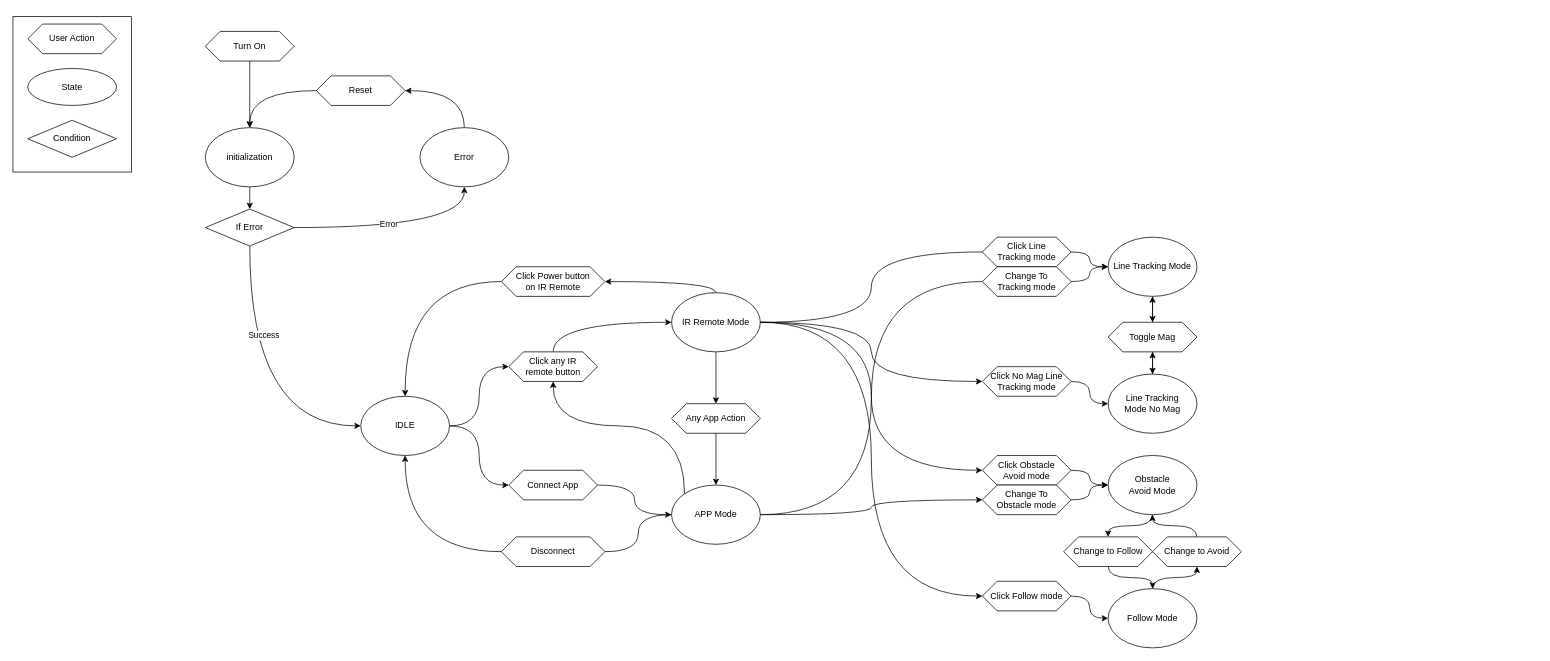
This is docs/main_diagram.drawio from sunfounder/zeus-car, a draw.io file, before an edit. Source tidied: cells renumbered, new cells numbered last; positions are measured from the earlier drawing's top-left corner, leaving out a move shared by most shapes. Both pictures are drawn from the tidied source at 74%, with x=0, y=0 at pixel (13, 16).
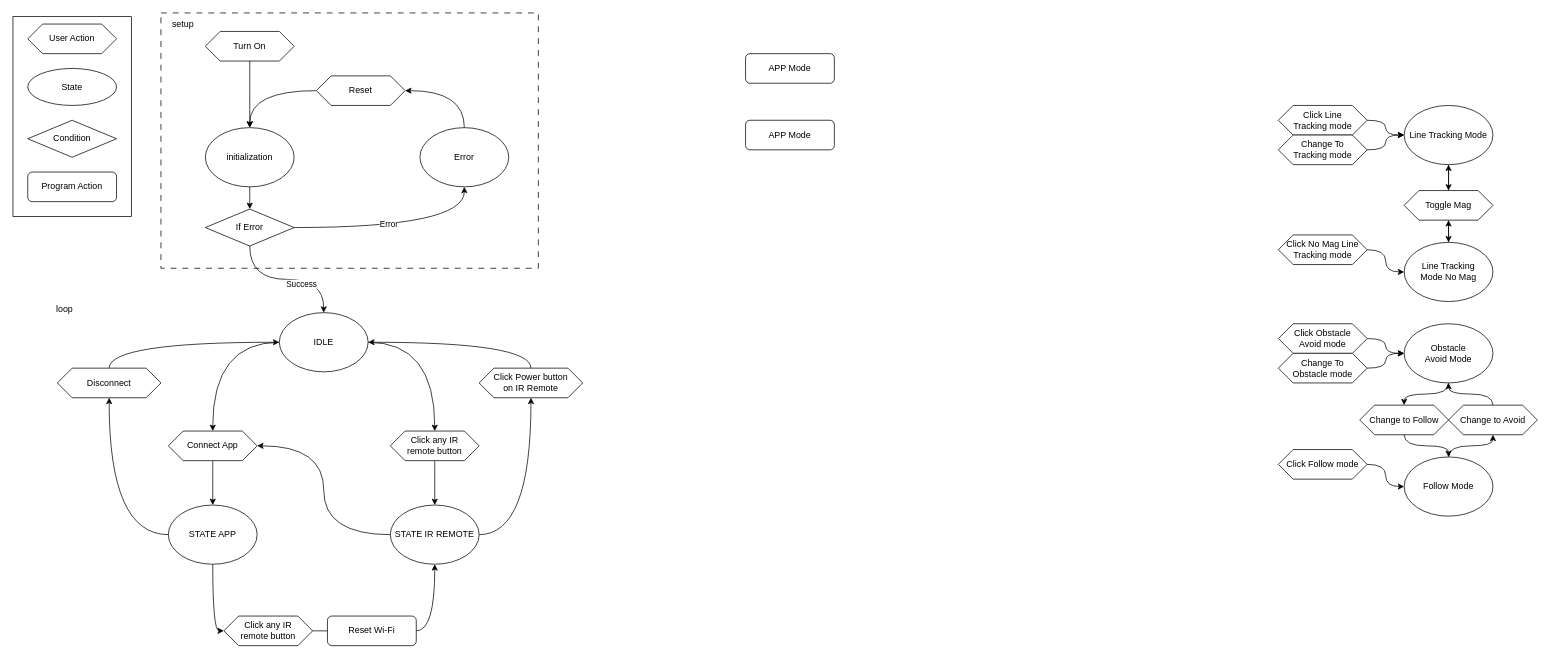
After the change.

The change refers to these unchanged cells:
```xml
<mxCell id="14" value="If Error" style="rhombus;whiteSpace=wrap;html=1;" parent="1" vertex="1">
  <mxGeometry x="260" y="260" width="120" height="50" as="geometry" />
</mxCell>
```

The edit, as a diff of the source:
```diff
@@
+    <mxCell id="71" style="rounded=0;whiteSpace=wrap;html=1;dashed=1;dashPattern=8 8;" parent="1" vertex="1">
+      <mxGeometry x="200" y="-5" width="510" height="345" as="geometry" />
+    </mxCell>
     <mxCell id="2" style="rounded=0;whiteSpace=wrap;html=1;" parent="1" vertex="1">
-      <mxGeometry width="160" height="210" as="geometry" />
+      <mxGeometry width="160" height="270" as="geometry" />
     </mxCell>
@@
-    <mxCell id="12" style="edgeStyle=orthogonalEdgeStyle;curved=1;html=1;entryX=0;entryY=0.5;entryDx=0;entryDy=0;exitX=0.5;exitY=1;exitDx=0;exitDy=0;" parent="1" edge="1" source="14" target="21">
-      <mxGeometry relative="1" as="geometry" />
+    <mxCell id="12" style="edgeStyle=orthogonalEdgeStyle;curved=1;html=1;entryX=0.5;entryY=0;entryDx=0;entryDy=0;exitX=0.5;exitY=1;exitDx=0;exitDy=0;startArrow=none;" parent="1" edge="1" source="21">
+      <mxGeometry relative="1" as="geometry">
+        <mxPoint x="419.6" y="480" as="targetPoint" />
+      </mxGeometry>
     </mxCell>
+    <mxCell id="72" style="edgeStyle=orthogonalEdgeStyle;curved=1;html=1;entryX=0.5;entryY=0;entryDx=0;entryDy=0;" parent="1" edge="1" source="14" target="21">
+      <mxGeometry relative="1" as="geometry" />
+    </mxCell>
-    <mxCell id="13" value="Success" style="edgeLabel;html=1;align=center;verticalAlign=middle;" parent="12" vertex="1">
-      <mxGeometry x="-0.39" y="18" relative="1" as="geometry" />
+    <mxCell id="13" value="Success" style="edgeLabel;html=1;align=center;verticalAlign=middle;" parent="72" vertex="1">
+      <mxGeometry x="0.2" y="-6" relative="1" as="geometry" />
     </mxCell>
@@
-    <mxCell id="19" style="edgeStyle=orthogonalEdgeStyle;curved=1;html=1;entryX=0;entryY=0.5;entryDx=0;entryDy=0;" parent="1" edge="1" source="21" target="23">
-      <mxGeometry relative="1" as="geometry" />
-    </mxCell>
-    <mxCell id="20" style="edgeStyle=orthogonalEdgeStyle;curved=1;html=1;entryX=0;entryY=0.5;entryDx=0;entryDy=0;" parent="1" edge="1" source="21" target="37">
-      <mxGeometry relative="1" as="geometry" />
-    </mxCell>
-    <mxCell id="21" value="IDLE" style="ellipse;whiteSpace=wrap;html=1;" parent="1" vertex="1">
-      <mxGeometry x="470" y="513" width="120" height="80" as="geometry" />
-    </mxCell>
-    <mxCell id="22" style="edgeStyle=orthogonalEdgeStyle;curved=1;html=1;exitX=0.5;exitY=0;exitDx=0;exitDy=0;entryX=0;entryY=0.5;entryDx=0;entryDy=0;" parent="1" edge="1" source="23" target="30">
+    <mxCell id="22" style="edgeStyle=orthogonalEdgeStyle;curved=1;html=1;" parent="1" edge="1" source="75" target="30">
       <mxGeometry relative="1" as="geometry" />
     </mxCell>
-    <mxCell id="23" value="Click any IR&lt;br&gt;remote button" style="shape=hexagon;perimeter=hexagonPerimeter2;whiteSpace=wrap;html=1;fixedSize=1;" parent="1" vertex="1">
-      <mxGeometry x="670" y="453" width="120" height="40" as="geometry" />
-    </mxCell>
-    <mxCell id="24" style="edgeStyle=orthogonalEdgeStyle;curved=1;html=1;" parent="1" edge="1" source="30" target="39">
-      <mxGeometry relative="1" as="geometry" />
-    </mxCell>
+    <mxCell id="26" style="edgeStyle=orthogonalEdgeStyle;curved=1;html=1;entryX=0;entryY=0.5;entryDx=0;entryDy=0;startArrow=none;" parent="1" edge="1" source="49" target="45">
+      <mxGeometry relative="1" as="geometry" />
+    </mxCell>
-    <mxCell id="25" style="edgeStyle=orthogonalEdgeStyle;curved=1;html=1;exitX=0.5;exitY=0;exitDx=0;exitDy=0;entryX=1;entryY=0.5;entryDx=0;entryDy=0;" parent="1" edge="1" source="30" target="41">
+    <mxCell id="25" style="edgeStyle=orthogonalEdgeStyle;curved=1;html=1;exitX=1;exitY=0.5;exitDx=0;exitDy=0;" parent="1" edge="1" source="30" target="41">
       <mxGeometry relative="1" as="geometry" />
     </mxCell>
-    <mxCell id="26" style="edgeStyle=orthogonalEdgeStyle;curved=1;html=1;entryX=0;entryY=0.5;entryDx=0;entryDy=0;startArrow=none;" parent="1" edge="1" source="49" target="45">
-      <mxGeometry relative="1" as="geometry" />
-    </mxCell>
-    <mxCell id="27" style="edgeStyle=orthogonalEdgeStyle;curved=1;html=1;entryX=0;entryY=0.5;entryDx=0;entryDy=0;" parent="1" edge="1" source="30" target="53">
-      <mxGeometry relative="1" as="geometry" />
-    </mxCell>
-    <mxCell id="28" style="edgeStyle=orthogonalEdgeStyle;curved=1;html=1;entryX=0;entryY=0.5;entryDx=0;entryDy=0;" parent="1" edge="1" source="30" target="61">
-      <mxGeometry relative="1" as="geometry" />
-    </mxCell>
-    <mxCell id="29" style="edgeStyle=orthogonalEdgeStyle;curved=1;html=1;entryX=0;entryY=0.5;entryDx=0;entryDy=0;" parent="1" edge="1" source="30" target="66">
-      <mxGeometry relative="1" as="geometry" />
-    </mxCell>
+    <mxCell id="73" style="edgeStyle=orthogonalEdgeStyle;curved=1;html=1;entryX=1;entryY=0.5;entryDx=0;entryDy=0;" parent="1" edge="1" source="30" target="37">
+      <mxGeometry relative="1" as="geometry" />
+    </mxCell>
-    <mxCell id="30" value="IR Remote Mode" style="ellipse;whiteSpace=wrap;html=1;" parent="1" vertex="1">
-      <mxGeometry x="890" y="373" width="120" height="80" as="geometry" />
+    <mxCell id="30" value="STATE IR REMOTE" style="ellipse;whiteSpace=wrap;html=1;" parent="1" vertex="1">
+      <mxGeometry x="510" y="660" width="120" height="80" as="geometry" />
     </mxCell>
-    <mxCell id="31" style="edgeStyle=orthogonalEdgeStyle;curved=1;html=1;entryX=0.5;entryY=1;entryDx=0;entryDy=0;exitX=0;exitY=0;exitDx=0;exitDy=0;" parent="1" edge="1" source="35" target="23">
-      <mxGeometry relative="1" as="geometry">
-        <Array as="points">
-          <mxPoint x="908" y="553" />
-          <mxPoint x="730" y="553" />
-        </Array>
-      </mxGeometry>
-    </mxCell>
-    <mxCell id="32" style="edgeStyle=orthogonalEdgeStyle;curved=1;html=1;startArrow=none;" parent="1" edge="1" source="43" target="21">
-      <mxGeometry relative="1" as="geometry" />
-    </mxCell>
@@
-    <mxCell id="34" style="edgeStyle=orthogonalEdgeStyle;curved=1;html=1;entryX=0;entryY=0.5;entryDx=0;entryDy=0;" parent="1" edge="1" source="35" target="62">
-      <mxGeometry relative="1" as="geometry" />
-    </mxCell>
+    <mxCell id="42" style="edgeStyle=orthogonalEdgeStyle;curved=1;html=1;exitX=0;exitY=0.5;exitDx=0;exitDy=0;" parent="1" edge="1" source="35" target="43">
+      <mxGeometry relative="1" as="geometry" />
+    </mxCell>
+    <mxCell id="74" style="edgeStyle=orthogonalEdgeStyle;curved=1;html=1;entryX=0;entryY=0.5;entryDx=0;entryDy=0;exitX=0.5;exitY=1;exitDx=0;exitDy=0;" parent="1" edge="1" source="35" target="79">
+      <mxGeometry relative="1" as="geometry" />
+    </mxCell>
-    <mxCell id="35" value="APP Mode" style="ellipse;whiteSpace=wrap;html=1;" parent="1" vertex="1">
-      <mxGeometry x="890" y="633" width="120" height="80" as="geometry" />
+    <mxCell id="35" value="STATE APP" style="ellipse;whiteSpace=wrap;html=1;" parent="1" vertex="1">
+      <mxGeometry x="210" y="660" width="120" height="80" as="geometry" />
     </mxCell>
-    <mxCell id="36" style="edgeStyle=orthogonalEdgeStyle;curved=1;html=1;entryX=0;entryY=0.5;entryDx=0;entryDy=0;" parent="1" edge="1" source="37" target="35">
+    <mxCell id="36" style="edgeStyle=orthogonalEdgeStyle;curved=1;html=1;entryX=0.5;entryY=0;entryDx=0;entryDy=0;" parent="1" edge="1" source="37" target="35">
       <mxGeometry relative="1" as="geometry" />
     </mxCell>
     <mxCell id="37" value="Connect App" style="shape=hexagon;perimeter=hexagonPerimeter2;whiteSpace=wrap;html=1;fixedSize=1;" parent="1" vertex="1">
-      <mxGeometry x="670" y="613" width="120" height="40" as="geometry" />
+      <mxGeometry x="210" y="560" width="120" height="40" as="geometry" />
     </mxCell>
-    <mxCell id="38" style="edgeStyle=orthogonalEdgeStyle;curved=1;html=1;entryX=0.5;entryY=0;entryDx=0;entryDy=0;" parent="1" edge="1" source="39" target="35">
-      <mxGeometry relative="1" as="geometry" />
-    </mxCell>
-    <mxCell id="39" value="Any App Action" style="shape=hexagon;perimeter=hexagonPerimeter2;whiteSpace=wrap;html=1;fixedSize=1;" parent="1" vertex="1">
-      <mxGeometry x="890" y="523" width="120" height="40" as="geometry" />
-    </mxCell>
-    <mxCell id="40" style="edgeStyle=orthogonalEdgeStyle;curved=1;html=1;entryX=0.5;entryY=0;entryDx=0;entryDy=0;" parent="1" edge="1" source="41" target="21">
+    <mxCell id="40" style="edgeStyle=orthogonalEdgeStyle;curved=1;html=1;exitX=0.5;exitY=0;exitDx=0;exitDy=0;" parent="1" edge="1" source="41" target="21">
       <mxGeometry relative="1" as="geometry" />
     </mxCell>
     <mxCell id="41" value="Click Power&amp;nbsp;button &lt;br&gt;on IR Remote" style="shape=hexagon;perimeter=hexagonPerimeter2;whiteSpace=wrap;html=1;fixedSize=1;" parent="1" vertex="1">
-      <mxGeometry x="660" y="338" width="140" height="40" as="geometry" />
+      <mxGeometry x="630" y="475" width="140" height="40" as="geometry" />
     </mxCell>
-    <mxCell id="42" style="edgeStyle=orthogonalEdgeStyle;curved=1;html=1;endArrow=none;" parent="1" edge="1" source="35" target="43">
-      <mxGeometry relative="1" as="geometry" />
-    </mxCell>
+    <mxCell id="32" style="edgeStyle=orthogonalEdgeStyle;curved=1;html=1;exitX=0.5;exitY=0;exitDx=0;exitDy=0;" parent="1" edge="1" source="43" target="21">
+      <mxGeometry relative="1" as="geometry" />
+    </mxCell>
     <mxCell id="43" value="Disconnect" style="shape=hexagon;perimeter=hexagonPerimeter2;whiteSpace=wrap;html=1;fixedSize=1;" parent="1" vertex="1">
-      <mxGeometry x="660" y="703" width="140" height="40" as="geometry" />
+      <mxGeometry x="60" y="475" width="140" height="40" as="geometry" />
     </mxCell>
@@
     <mxCell id="45" value="Line Tracking Mode" style="ellipse;whiteSpace=wrap;html=1;" parent="1" vertex="1">
-      <mxGeometry x="1480" y="298" width="120" height="80" as="geometry" />
+      <mxGeometry x="1880" y="120" width="120" height="80" as="geometry" />
     </mxCell>
@@
     <mxCell id="47" value="Line Tracking&lt;br&gt;Mode No Mag" style="ellipse;whiteSpace=wrap;html=1;" parent="1" vertex="1">
-      <mxGeometry x="1480" y="483" width="120" height="80" as="geometry" />
+      <mxGeometry x="1880" y="305" width="120" height="80" as="geometry" />
     </mxCell>
-    <mxCell id="48" style="edgeStyle=orthogonalEdgeStyle;curved=1;html=1;entryX=0;entryY=0.5;entryDx=0;entryDy=0;endArrow=none;" parent="1" edge="1" source="30" target="49">
-      <mxGeometry relative="1" as="geometry" />
-    </mxCell>
     <mxCell id="49" value="Click Line&lt;br&gt;Tracking mode" style="shape=hexagon;perimeter=hexagonPerimeter2;whiteSpace=wrap;html=1;fixedSize=1;" parent="1" vertex="1">
-      <mxGeometry x="1310" y="298" width="120" height="40" as="geometry" />
+      <mxGeometry x="1710" y="120" width="120" height="40" as="geometry" />
     </mxCell>
-    <mxCell id="50" style="edgeStyle=orthogonalEdgeStyle;curved=1;html=1;entryX=0;entryY=0.5;entryDx=0;entryDy=0;endArrow=none;" parent="1" edge="1" source="35" target="51">
-      <mxGeometry relative="1" as="geometry" />
-    </mxCell>
     <mxCell id="51" value="Change To&lt;br&gt;Tracking mode" style="shape=hexagon;perimeter=hexagonPerimeter2;whiteSpace=wrap;html=1;fixedSize=1;" parent="1" vertex="1">
-      <mxGeometry x="1310" y="338" width="120" height="40" as="geometry" />
+      <mxGeometry x="1710" y="160" width="120" height="40" as="geometry" />
     </mxCell>
@@
     <mxCell id="53" value="Click No Mag Line&lt;br&gt;Tracking mode" style="shape=hexagon;perimeter=hexagonPerimeter2;whiteSpace=wrap;html=1;fixedSize=1;" parent="1" vertex="1">
-      <mxGeometry x="1310" y="473" width="120" height="40" as="geometry" />
+      <mxGeometry x="1710" y="295" width="120" height="40" as="geometry" />
     </mxCell>
@@
     <mxCell id="56" value="Toggle Mag" style="shape=hexagon;perimeter=hexagonPerimeter2;whiteSpace=wrap;html=1;fixedSize=1;" parent="1" vertex="1">
-      <mxGeometry x="1480" y="413" width="120" height="40" as="geometry" />
+      <mxGeometry x="1880" y="235" width="120" height="40" as="geometry" />
     </mxCell>
@@
     <mxCell id="60" value="Obstacle&lt;br&gt;Avoid Mode" style="ellipse;whiteSpace=wrap;html=1;" parent="1" vertex="1">
-      <mxGeometry x="1480" y="593" width="120" height="80" as="geometry" />
+      <mxGeometry x="1880" y="415" width="120" height="80" as="geometry" />
     </mxCell>
     <mxCell id="61" value="Click Obstacle&lt;br&gt;Avoid mode" style="shape=hexagon;perimeter=hexagonPerimeter2;whiteSpace=wrap;html=1;fixedSize=1;" parent="1" vertex="1">
-      <mxGeometry x="1310" y="593" width="120" height="40" as="geometry" />
+      <mxGeometry x="1710" y="415" width="120" height="40" as="geometry" />
     </mxCell>
     <mxCell id="62" value="Change To&lt;br&gt;Obstacle&amp;nbsp;mode" style="shape=hexagon;perimeter=hexagonPerimeter2;whiteSpace=wrap;html=1;fixedSize=1;" parent="1" vertex="1">
-      <mxGeometry x="1310" y="633" width="120" height="40" as="geometry" />
+      <mxGeometry x="1710" y="455" width="120" height="40" as="geometry" />
     </mxCell>
@@
     <mxCell id="64" value="Follow Mode" style="ellipse;whiteSpace=wrap;html=1;" parent="1" vertex="1">
-      <mxGeometry x="1480" y="773" width="120" height="80" as="geometry" />
+      <mxGeometry x="1880" y="595" width="120" height="80" as="geometry" />
     </mxCell>
@@
     <mxCell id="66" value="Click Follow&amp;nbsp;mode" style="shape=hexagon;perimeter=hexagonPerimeter2;whiteSpace=wrap;html=1;fixedSize=1;" parent="1" vertex="1">
-      <mxGeometry x="1310" y="763" width="120" height="40" as="geometry" />
+      <mxGeometry x="1710" y="585" width="120" height="40" as="geometry" />
     </mxCell>
@@
     <mxCell id="68" value="Change to Follow" style="shape=hexagon;perimeter=hexagonPerimeter2;whiteSpace=wrap;html=1;fixedSize=1;" parent="1" vertex="1">
-      <mxGeometry x="1420" y="703" width="120" height="40" as="geometry" />
+      <mxGeometry x="1820" y="525" width="120" height="40" as="geometry" />
     </mxCell>
@@
     <mxCell id="70" value="Change to Avoid" style="shape=hexagon;perimeter=hexagonPerimeter2;whiteSpace=wrap;html=1;fixedSize=1;" parent="1" vertex="1">
-      <mxGeometry x="1540" y="703" width="120" height="40" as="geometry" />
+      <mxGeometry x="1940" y="525" width="120" height="40" as="geometry" />
     </mxCell>
+    <mxCell id="75" value="Click any IR&lt;br&gt;remote button" style="shape=hexagon;perimeter=hexagonPerimeter2;whiteSpace=wrap;html=1;fixedSize=1;" parent="1" vertex="1">
+      <mxGeometry x="510" y="560" width="120" height="40" as="geometry" />
+    </mxCell>
+    <mxCell id="76" style="edgeStyle=orthogonalEdgeStyle;curved=1;html=1;entryX=0.5;entryY=0;entryDx=0;entryDy=0;" parent="1" edge="1" source="21" target="75">
+      <mxGeometry relative="1" as="geometry" />
+    </mxCell>
+    <mxCell id="20" style="edgeStyle=orthogonalEdgeStyle;curved=1;html=1;" parent="1" edge="1" source="21" target="37">
+      <mxGeometry relative="1" as="geometry" />
+    </mxCell>
+    <mxCell id="21" value="IDLE" style="ellipse;whiteSpace=wrap;html=1;" parent="1" vertex="1">
+      <mxGeometry x="360" y="400" width="120" height="80" as="geometry" />
+    </mxCell>
+    <mxCell id="77" value="Program Action" style="rounded=1;whiteSpace=wrap;html=1;" parent="1" vertex="1">
+      <mxGeometry x="20" y="210" width="120" height="40" as="geometry" />
+    </mxCell>
+    <mxCell id="78" style="edgeStyle=orthogonalEdgeStyle;curved=1;html=1;exitX=1;exitY=0.5;exitDx=0;exitDy=0;startArrow=none;" parent="1" edge="1" source="81" target="30">
+      <mxGeometry relative="1" as="geometry" />
+    </mxCell>
+    <mxCell id="79" value="Click any IR&lt;br&gt;remote button" style="shape=hexagon;perimeter=hexagonPerimeter2;whiteSpace=wrap;html=1;fixedSize=1;" parent="1" vertex="1">
+      <mxGeometry x="285" y="810" width="120" height="40" as="geometry" />
+    </mxCell>
+    <mxCell id="80" style="edgeStyle=orthogonalEdgeStyle;curved=1;html=1;exitX=1;exitY=0.5;exitDx=0;exitDy=0;endArrow=none;" parent="1" edge="1" source="79" target="81">
+      <mxGeometry relative="1" as="geometry" />
+    </mxCell>
+    <mxCell id="81" value="Reset Wi-Fi" style="rounded=1;whiteSpace=wrap;html=1;" parent="1" vertex="1">
+      <mxGeometry x="425" y="810" width="120" height="40" as="geometry" />
+    </mxCell>
+    <mxCell id="82" value="setup" style="text;html=1;strokeColor=none;fillColor=none;align=center;verticalAlign=middle;whiteSpace=wrap;rounded=0;dashed=1;dashPattern=8 8;" parent="1" vertex="1">
+      <mxGeometry x="200" y="-5" width="60" height="30" as="geometry" />
+    </mxCell>
+    <mxCell id="83" value="loop" style="text;html=1;strokeColor=none;fillColor=none;align=center;verticalAlign=middle;whiteSpace=wrap;rounded=0;dashed=1;dashPattern=8 8;" parent="1" vertex="1">
+      <mxGeometry x="40" y="380" width="60" height="30" as="geometry" />
+    </mxCell>
+    <mxCell id="84" value="APP Mode" style="rounded=1;whiteSpace=wrap;html=1;" parent="1" vertex="1">
+      <mxGeometry x="990" y="50" width="120" height="40" as="geometry" />
+    </mxCell>
+    <mxCell id="85" value="APP Mode" style="rounded=1;whiteSpace=wrap;html=1;" parent="1" vertex="1">
+      <mxGeometry x="990" y="140" width="120" height="40" as="geometry" />
+    </mxCell>
```
